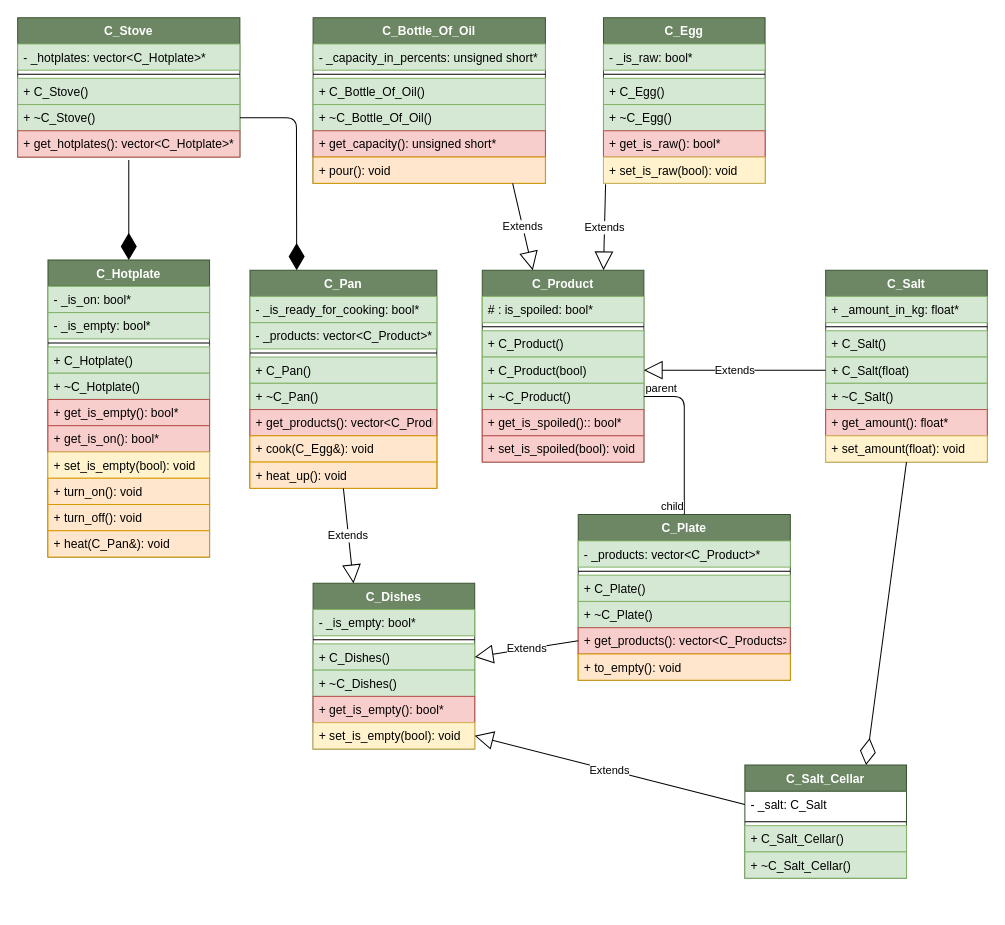
The draw.io diagram Egg.drawio in IgorIgnatiev/Drawio, before the edit. Source tidied: cells renumbered, new cells numbered last; positions are measured from the earlier drawing's top-left corner, leaving out a move shared by most shapes. Both pictures are drawn from the tidied source at 101%, with x=0, y=0 at pixel (17, 17).
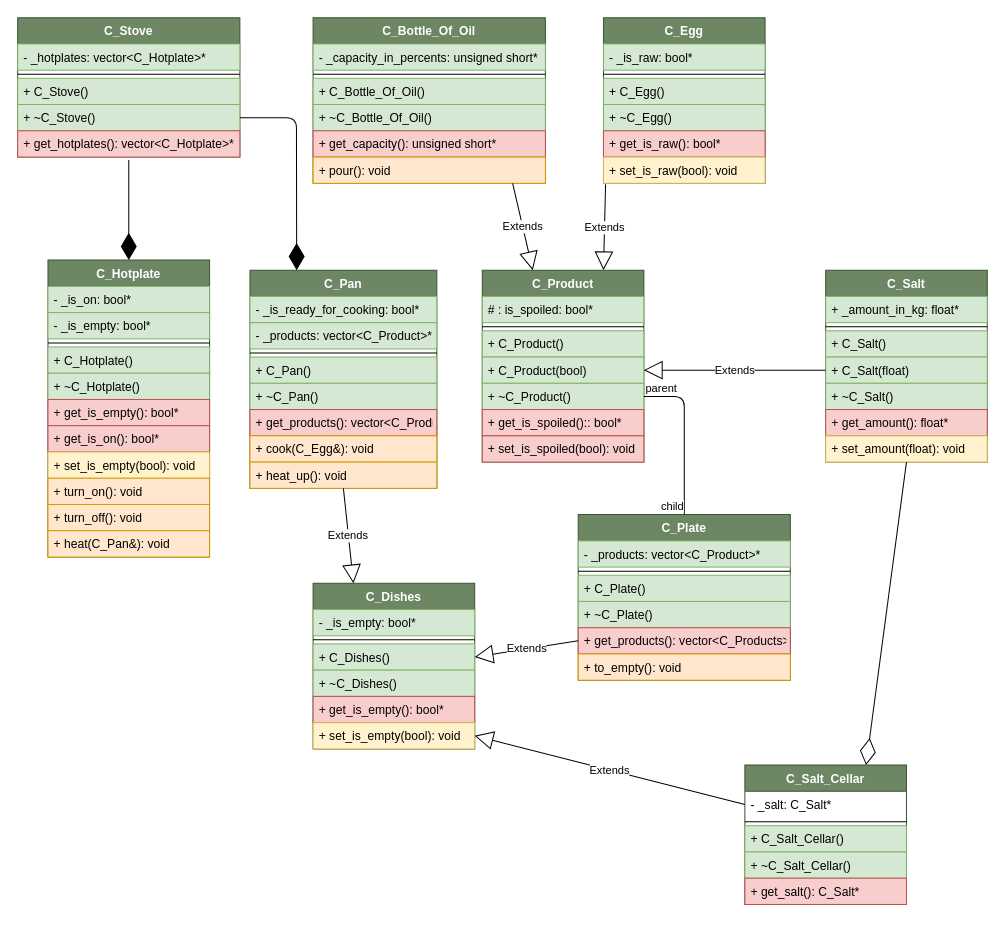
Above is the later version.

The edit, as a diff of the source:
```diff
@@
     <mxCell id="63" value="C_Salt_Cellar" style="swimlane;fontStyle=1;align=center;verticalAlign=top;horizontal=1;startSize=26;fillColor=#6d8764;strokeColor=#3A5431;fontColor=#ffffff;" parent="1" vertex="1">
-      <mxGeometry x="720" y="740" width="160" height="112" as="geometry" />
+      <mxGeometry x="720" y="740" width="160" height="138" as="geometry" />
     </mxCell>
-    <mxCell id="64" value="- _salt: C_Salt" style="text;strokeColor=none;fillColor=none;align=left;verticalAlign=top;spacingLeft=4;spacingRight=4;overflow=hidden;points=[[0,0.5],[1,0.5]];portConstraint=eastwest;" parent="63" vertex="1">
+    <mxCell id="64" value="- _salt: C_Salt*" style="text;strokeColor=none;fillColor=none;align=left;verticalAlign=top;spacingLeft=4;spacingRight=4;overflow=hidden;points=[[0,0.5],[1,0.5]];portConstraint=eastwest;" parent="63" vertex="1">
       <mxGeometry y="26" width="160" height="26" as="geometry" />
     </mxCell>
@@
+    <mxCell id="90" value="+ get_salt(): C_Salt*" style="text;strokeColor=#b85450;fillColor=#f8cecc;align=left;verticalAlign=top;spacingLeft=4;spacingRight=4;overflow=hidden;" parent="63" vertex="1">
+      <mxGeometry y="112" width="160" height="26" as="geometry" />
+    </mxCell>
```
